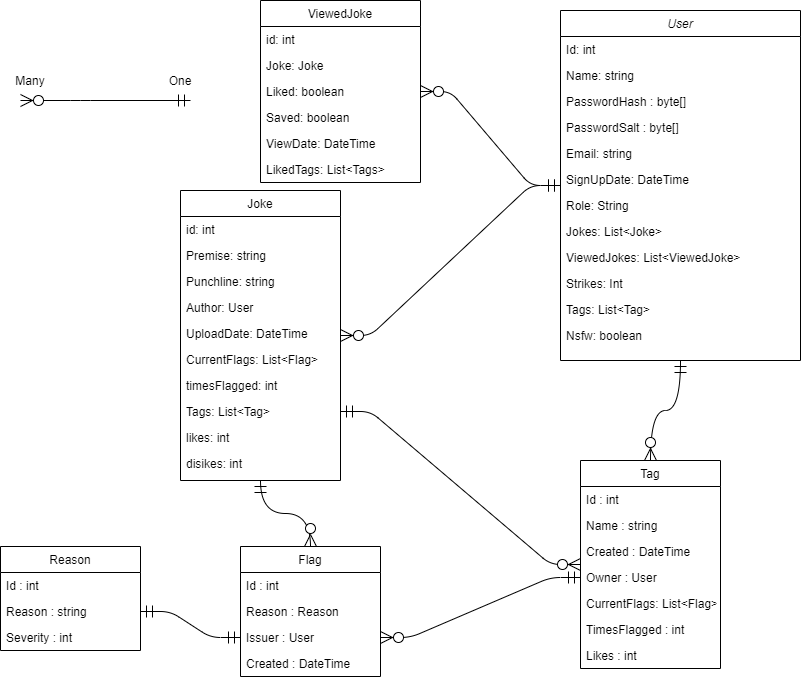
Earlier version of the draw.io export Docs/Architecture/ModelArchitectureDiagram-Page-1.png (Code2Gether-Discord/JokesOnYou). Source tidied: cells renumbered, new cells last; positions are measured from the earlier drawing's top-left corner, leaving out a move shared by most shapes.
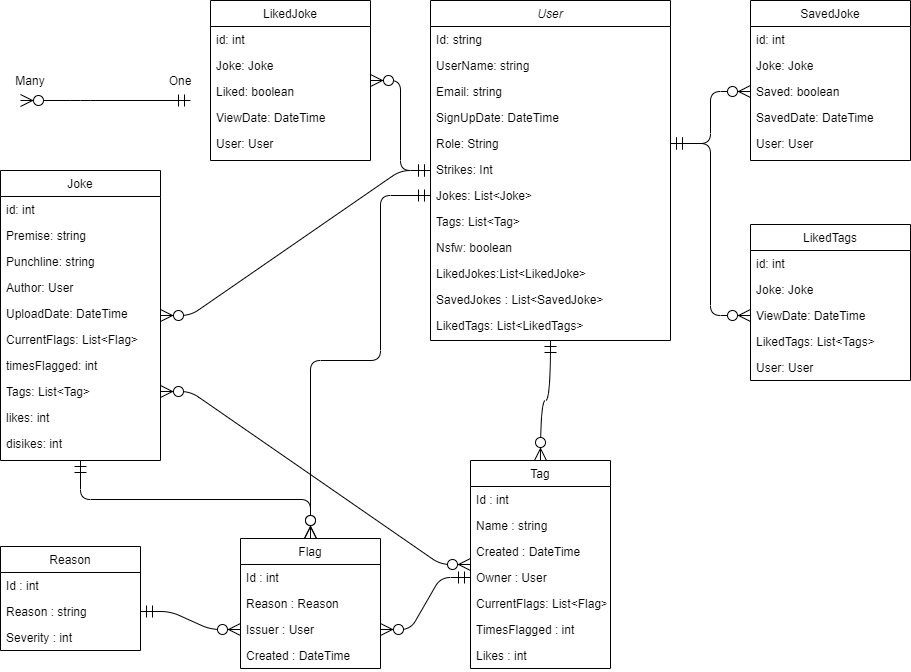
The same file after the commit.

Commit message:
split up the ViewedJokes in the architecture diagram.

Also changed some connections because they were wrong.

The edit, as a diff of the source:
```diff
@@ -3,7 +3,7 @@
     <mxCell id="0" />
     <mxCell id="1" parent="0" />
     <mxCell id="2" value="Joke" style="swimlane;fontStyle=0;align=center;verticalAlign=top;horizontal=1;startSize=26;rounded=0;shadow=0;strokeWidth=1;" parent="1" vertex="1">
-      <mxGeometry x="180" y="190" width="160" height="290" as="geometry" />
+      <mxGeometry y="170" width="160" height="290" as="geometry" />
     </mxCell>
     <mxCell id="3" value="id: int" style="text;align=left;verticalAlign=top;spacingLeft=4;spacingRight=4;overflow=hidden;" parent="2" vertex="1">
       <mxGeometry y="26" width="160" height="26" as="geometry" />
@@ -39,7 +39,7 @@
       <mxGeometry relative="1" as="geometry" />
     </mxCell>
     <mxCell id="14" value="Tag" style="swimlane;fontStyle=0;horizontal=1;startSize=26;fillColor=none;" parent="1" vertex="1">
-      <mxGeometry x="580" y="460" width="140" height="208" as="geometry" />
+      <mxGeometry x="470" y="460" width="140" height="208" as="geometry" />
     </mxCell>
     <mxCell id="15" value="Id : int" style="text;strokeColor=none;fillColor=none;align=left;verticalAlign=top;spacingLeft=4;spacingRight=4;overflow=hidden;" parent="14" vertex="1">
       <mxGeometry y="26" width="140" height="26" as="geometry" />
@@ -62,11 +62,20 @@
     <mxCell id="21" value="Likes : int" style="text;strokeColor=none;fillColor=none;align=left;verticalAlign=top;spacingLeft=4;spacingRight=4;overflow=hidden;" parent="14" vertex="1">
       <mxGeometry y="182" width="140" height="26" as="geometry" />
     </mxCell>
-    <mxCell id="22" style="edgeStyle=orthogonalEdgeStyle;rounded=0;jettySize=auto;html=1;exitX=0.5;exitY=0;exitDx=0;exitDy=0;endArrow=ERmandOne;endFill=0;startArrow=ERzeroToMany;startFill=1;endSize=10;startSize=10;curved=1;" parent="1" edge="1" source="23" target="2">
+    <mxCell id="22" style="edgeStyle=orthogonalEdgeStyle;rounded=1;jettySize=auto;html=1;exitX=0.5;exitY=0;exitDx=0;exitDy=0;endArrow=ERmandOne;endFill=0;startArrow=ERzeroToMany;startFill=1;endSize=10;startSize=10;" parent="1" edge="1" source="23" target="2">
       <mxGeometry relative="1" as="geometry" />
     </mxCell>
+    <mxCell id="60" style="edgeStyle=orthogonalEdgeStyle;jettySize=auto;html=1;exitX=0.5;exitY=0;exitDx=0;exitDy=0;startArrow=ERzeroToMany;startFill=1;endArrow=ERmandOne;endFill=0;strokeWidth=1;endSize=10;targetPerimeterSpacing=0;sourcePerimeterSpacing=0;startSize=10;rounded=1;entryX=0;entryY=0.5;entryDx=0;entryDy=0;" parent="1" edge="1" source="23" target="37">
+      <mxGeometry relative="1" as="geometry">
+        <Array as="points">
+          <mxPoint x="310" y="360" />
+          <mxPoint x="380" y="360" />
+          <mxPoint x="380" y="195" />
+        </Array>
+      </mxGeometry>
+    </mxCell>
     <mxCell id="23" value="Flag" style="swimlane;fontStyle=0;horizontal=1;startSize=26;fillColor=none;" parent="1" vertex="1">
-      <mxGeometry x="240" y="546" width="140" height="130" as="geometry" />
+      <mxGeometry x="240" y="538" width="140" height="130" as="geometry" />
     </mxCell>
     <mxCell id="24" value="Id : int" style="text;strokeColor=none;fillColor=none;align=left;verticalAlign=top;spacingLeft=4;spacingRight=4;overflow=hidden;" parent="23" vertex="1">
       <mxGeometry y="26" width="140" height="26" as="geometry" />
@@ -84,52 +93,52 @@
       <mxGeometry relative="1" as="geometry" />
     </mxCell>
     <mxCell id="29" value="User" style="swimlane;fontStyle=2;align=center;verticalAlign=top;horizontal=1;startSize=26;rounded=0;shadow=0;strokeWidth=1;" parent="1" vertex="1">
-      <mxGeometry x="560" y="10" width="240" height="350" as="geometry" />
+      <mxGeometry x="430" width="240" height="340" as="geometry" />
     </mxCell>
-    <mxCell id="30" value="Id: int" style="text;align=left;verticalAlign=top;spacingLeft=4;spacingRight=4;overflow=hidden;" parent="29" vertex="1">
+    <mxCell id="30" value="Id: string" style="text;align=left;verticalAlign=top;spacingLeft=4;spacingRight=4;overflow=hidden;" parent="29" vertex="1">
       <mxGeometry y="26" width="240" height="26" as="geometry" />
     </mxCell>
-    <mxCell id="31" value="Name: string" style="text;align=left;verticalAlign=top;spacingLeft=4;spacingRight=4;overflow=hidden;" parent="29" vertex="1">
+    <mxCell id="31" value="UserName: string" style="text;align=left;verticalAlign=top;spacingLeft=4;spacingRight=4;overflow=hidden;" parent="29" vertex="1">
       <mxGeometry y="52" width="240" height="26" as="geometry" />
     </mxCell>
-    <mxCell id="32" value="PasswordHash : byte[] " style="text;align=left;verticalAlign=top;spacingLeft=4;spacingRight=4;overflow=hidden;" parent="29" vertex="1">
-      <mxGeometry y="78" width="240" height="26" as="geometry" />
-    </mxCell>
-    <mxCell id="33" value="PasswordSalt : byte[] " style="text;align=left;verticalAlign=top;spacingLeft=4;spacingRight=4;overflow=hidden;" parent="29" vertex="1">
-      <mxGeometry y="104" width="240" height="26" as="geometry" />
-    </mxCell>
     <mxCell id="34" value="Email: string" style="text;align=left;verticalAlign=top;spacingLeft=4;spacingRight=4;overflow=hidden;rounded=0;shadow=0;html=0;" parent="29" vertex="1">
-      <mxGeometry y="130" width="240" height="26" as="geometry" />
+      <mxGeometry y="78" width="240" height="26" as="geometry" />
     </mxCell>
     <mxCell id="35" value="SignUpDate: DateTime" style="text;align=left;verticalAlign=top;spacingLeft=4;spacingRight=4;overflow=hidden;" parent="29" vertex="1">
-      <mxGeometry y="156" width="240" height="26" as="geometry" />
+      <mxGeometry y="104" width="240" height="26" as="geometry" />
     </mxCell>
     <mxCell id="36" value="Role: String" style="text;align=left;verticalAlign=top;spacingLeft=4;spacingRight=4;overflow=hidden;points=[[0,0.5],[1,0.5]];portConstraint=eastwest;rounded=0;shadow=0;html=0;" parent="29" vertex="1">
-      <mxGeometry y="182" width="240" height="26" as="geometry" />
+      <mxGeometry y="130" width="240" height="26" as="geometry" />
     </mxCell>
+    <mxCell id="39" value="Strikes: Int" style="text;align=left;verticalAlign=top;spacingLeft=4;spacingRight=4;overflow=hidden;" parent="29" vertex="1">
+      <mxGeometry y="156" width="240" height="26" as="geometry" />
+    </mxCell>
     <mxCell id="37" value="Jokes: List&lt;Joke&gt;" style="text;align=left;verticalAlign=top;spacingLeft=4;spacingRight=4;overflow=hidden;points=[[0,0.5],[1,0.5]];portConstraint=eastwest;rounded=0;shadow=0;html=0;" parent="29" vertex="1">
-      <mxGeometry y="208" width="240" height="26" as="geometry" />
+      <mxGeometry y="182" width="240" height="26" as="geometry" />
     </mxCell>
-    <mxCell id="38" value="ViewedJokes: List&lt;ViewedJoke&gt;" style="text;align=left;verticalAlign=top;spacingLeft=4;spacingRight=4;overflow=hidden;rounded=0;shadow=0;html=0;" parent="29" vertex="1">
-      <mxGeometry y="234" width="240" height="26" as="geometry" />
-    </mxCell>
-    <mxCell id="39" value="Strikes: Int" style="text;align=left;verticalAlign=top;spacingLeft=4;spacingRight=4;overflow=hidden;" parent="29" vertex="1">
-      <mxGeometry y="260" width="240" height="26" as="geometry" />
-    </mxCell>
     <mxCell id="40" value="Tags: List&lt;Tag&gt;" style="text;align=left;verticalAlign=top;spacingLeft=4;spacingRight=4;overflow=hidden;" parent="29" vertex="1">
-      <mxGeometry y="286" width="240" height="26" as="geometry" />
+      <mxGeometry y="208" width="240" height="26" as="geometry" />
     </mxCell>
     <mxCell id="41" value="Nsfw: boolean" style="text;align=left;verticalAlign=top;spacingLeft=4;spacingRight=4;overflow=hidden;" parent="29" vertex="1">
-      <mxGeometry y="312" width="240" height="26" as="geometry" />
+      <mxGeometry y="234" width="240" height="26" as="geometry" />
     </mxCell>
+    <mxCell id="38" value="LikedJokes:List&lt;LikedJoke&gt;" style="text;align=left;verticalAlign=top;spacingLeft=4;spacingRight=4;overflow=hidden;rounded=0;shadow=0;html=0;" parent="29" vertex="1">
+      <mxGeometry y="260" width="240" height="26" as="geometry" />
+    </mxCell>
+    <mxCell id="61" value="SavedJokes : List&lt;SavedJoke&gt;" style="text;align=left;verticalAlign=top;spacingLeft=4;spacingRight=4;overflow=hidden;rounded=0;shadow=0;html=0;" parent="29" vertex="1">
+      <mxGeometry y="286" width="240" height="26" as="geometry" />
+    </mxCell>
+    <mxCell id="62" value="LikedTags: List&lt;LikedTags&gt;" style="text;align=left;verticalAlign=top;spacingLeft=4;spacingRight=4;overflow=hidden;rounded=0;shadow=0;html=0;" parent="29" vertex="1">
+      <mxGeometry y="312" width="240" height="26" as="geometry" />
+    </mxCell>
     <mxCell id="42" style="edgeStyle=entityRelationEdgeStyle;fontSize=12;html=1;endArrow=ERzeroToMany;startArrow=ERmandOne;strokeWidth=1;endSize=10;startSize=10;" parent="1" edge="1" source="29" target="2">
       <mxGeometry relative="1" as="geometry" />
     </mxCell>
-    <mxCell id="43" style="edgeStyle=entityRelationEdgeStyle;fontSize=12;html=1;endArrow=ERzeroToMany;startArrow=ERmandOne;strokeWidth=1;endSize=10;startSize=10;" parent="1" edge="1" source="10" target="14">
+    <mxCell id="43" style="edgeStyle=entityRelationEdgeStyle;fontSize=12;html=1;endArrow=ERzeroToMany;startArrow=ERzeroToMany;strokeWidth=1;endSize=10;startSize=10;startFill=1;" parent="1" edge="1" source="10" target="14">
       <mxGeometry relative="1" as="geometry" />
     </mxCell>
-    <mxCell id="44" value="ViewedJoke" style="swimlane;fontStyle=0;align=center;verticalAlign=top;horizontal=1;startSize=26;rounded=0;shadow=0;strokeWidth=1;" parent="1" vertex="1">
-      <mxGeometry x="260" width="160" height="182" as="geometry" />
+    <mxCell id="44" value="LikedJoke" style="swimlane;fontStyle=0;align=center;verticalAlign=top;horizontal=1;startSize=26;rounded=0;shadow=0;strokeWidth=1;" parent="1" vertex="1">
+      <mxGeometry x="210" width="160" height="160" as="geometry" />
     </mxCell>
     <mxCell id="45" value="id: int" style="text;align=left;verticalAlign=top;spacingLeft=4;spacingRight=4;overflow=hidden;" parent="44" vertex="1">
       <mxGeometry y="26" width="160" height="26" as="geometry" />
@@ -140,15 +149,12 @@
     <mxCell id="47" value="Liked: boolean" style="text;align=left;verticalAlign=top;spacingLeft=4;spacingRight=4;overflow=hidden;rounded=0;shadow=0;html=0;" parent="44" vertex="1">
       <mxGeometry y="78" width="160" height="26" as="geometry" />
     </mxCell>
-    <mxCell id="48" value="Saved: boolean" style="text;align=left;verticalAlign=top;spacingLeft=4;spacingRight=4;overflow=hidden;points=[[0,0.5],[1,0.5]];portConstraint=eastwest;rounded=0;shadow=0;html=0;" parent="44" vertex="1">
-      <mxGeometry y="104" width="160" height="26" as="geometry" />
-    </mxCell>
     <mxCell id="49" value="ViewDate: DateTime" style="text;align=left;verticalAlign=top;spacingLeft=4;spacingRight=4;overflow=hidden;rounded=0;shadow=0;html=0;" parent="44" vertex="1">
-      <mxGeometry y="130" width="160" height="26" as="geometry" />
+      <mxGeometry y="104" width="160" height="26" as="geometry" />
     </mxCell>
-    <mxCell id="50" value="LikedTags: List&lt;Tags&gt;" style="text;align=left;verticalAlign=top;spacingLeft=4;spacingRight=4;overflow=hidden;rounded=0;shadow=0;html=0;" parent="44" vertex="1">
-      <mxGeometry y="156" width="160" height="26" as="geometry" />
-    </mxCell>
+    <mxCell id="63" value="User: User" style="text;align=left;verticalAlign=top;spacingLeft=4;spacingRight=4;overflow=hidden;rounded=0;shadow=0;html=0;" parent="44" vertex="1">
+      <mxGeometry y="130" width="160" height="26" as="geometry" />
+    </mxCell>
     <mxCell id="51" style="edgeStyle=entityRelationEdgeStyle;fontSize=12;html=1;endArrow=ERzeroToMany;startArrow=ERmandOne;strokeWidth=1;endSize=10;startSize=10;" parent="1" edge="1" source="29" target="44">
       <mxGeometry relative="1" as="geometry" />
     </mxCell>
@@ -164,7 +170,7 @@
     <mxCell id="55" value="Severity : int" style="text;strokeColor=none;fillColor=none;align=left;verticalAlign=top;spacingLeft=4;spacingRight=4;overflow=hidden;" parent="52" vertex="1">
       <mxGeometry y="78" width="140" height="26" as="geometry" />
     </mxCell>
-    <mxCell id="56" style="edgeStyle=entityRelationEdgeStyle;rounded=1;jettySize=auto;html=1;exitX=1;exitY=0.5;exitDx=0;exitDy=0;entryX=0;entryY=0.5;entryDx=0;entryDy=0;endSize=10;startSize=10;endArrow=ERmandOne;endFill=0;startArrow=ERmandOne;startFill=0;" parent="1" edge="1" source="54" target="26">
+    <mxCell id="56" style="edgeStyle=entityRelationEdgeStyle;rounded=1;jettySize=auto;html=1;exitX=1;exitY=0.5;exitDx=0;exitDy=0;entryX=0;entryY=0.5;entryDx=0;entryDy=0;endSize=10;startSize=10;endArrow=ERzeroToMany;endFill=1;startArrow=ERmandOne;startFill=0;" parent="1" edge="1" source="54" target="26">
       <mxGeometry relative="1" as="geometry" />
     </mxCell>
     <mxCell id="57" style="endArrow=ERmandOne;html=1;strokeWidth=1;startArrow=ERzeroToMany;startFill=1;endFill=0;endSize=10;startSize=10;" parent="1" edge="1">
@@ -182,5 +188,52 @@
     <mxCell id="59" value="One" style="text;html=1;strokeColor=none;fillColor=none;align=center;verticalAlign=middle;whiteSpace=wrap;rounded=0;" parent="1" vertex="1">
       <mxGeometry x="160" y="70" width="40" height="20" as="geometry" />
     </mxCell>
+    <mxCell id="64" value="SavedJoke" style="swimlane;fontStyle=0;align=center;verticalAlign=top;horizontal=1;startSize=26;rounded=0;shadow=0;strokeWidth=1;" parent="1" vertex="1">
+      <mxGeometry x="750" width="160" height="160" as="geometry" />
+    </mxCell>
+    <mxCell id="65" value="id: int" style="text;align=left;verticalAlign=top;spacingLeft=4;spacingRight=4;overflow=hidden;" parent="64" vertex="1">
+      <mxGeometry y="26" width="160" height="26" as="geometry" />
+    </mxCell>
+    <mxCell id="66" value="Joke: Joke" style="text;align=left;verticalAlign=top;spacingLeft=4;spacingRight=4;overflow=hidden;rounded=0;shadow=0;html=0;" parent="64" vertex="1">
+      <mxGeometry y="52" width="160" height="26" as="geometry" />
+    </mxCell>
+    <mxCell id="48" value="Saved: boolean" style="text;align=left;verticalAlign=top;spacingLeft=4;spacingRight=4;overflow=hidden;points=[[0,0.5],[1,0.5]];portConstraint=eastwest;rounded=0;shadow=0;html=0;" parent="64" vertex="1">
+      <mxGeometry y="78" width="160" height="26" as="geometry" />
+    </mxCell>
+    <mxCell id="67" value="SavedDate: DateTime" style="text;align=left;verticalAlign=top;spacingLeft=4;spacingRight=4;overflow=hidden;rounded=0;shadow=0;html=0;" parent="64" vertex="1">
+      <mxGeometry y="104" width="160" height="26" as="geometry" />
+    </mxCell>
+    <mxCell id="68" value="User: User" style="text;align=left;verticalAlign=top;spacingLeft=4;spacingRight=4;overflow=hidden;rounded=0;shadow=0;html=0;" parent="64" vertex="1">
+      <mxGeometry y="130" width="160" height="26" as="geometry" />
+    </mxCell>
+    <mxCell id="69" value="LikedTags" style="swimlane;fontStyle=0;align=center;verticalAlign=top;horizontal=1;startSize=26;rounded=0;shadow=0;strokeWidth=1;" parent="1" vertex="1">
+      <mxGeometry x="750" y="224" width="160" height="156" as="geometry" />
+    </mxCell>
+    <mxCell id="70" value="id: int" style="text;align=left;verticalAlign=top;spacingLeft=4;spacingRight=4;overflow=hidden;" parent="69" vertex="1">
+      <mxGeometry y="26" width="160" height="26" as="geometry" />
+    </mxCell>
+    <mxCell id="71" value="Joke: Joke" style="text;align=left;verticalAlign=top;spacingLeft=4;spacingRight=4;overflow=hidden;rounded=0;shadow=0;html=0;" parent="69" vertex="1">
+      <mxGeometry y="52" width="160" height="26" as="geometry" />
+    </mxCell>
+    <mxCell id="72" value="ViewDate: DateTime" style="text;align=left;verticalAlign=top;spacingLeft=4;spacingRight=4;overflow=hidden;points=[[0,0.5],[1,0.5]];portConstraint=eastwest;rounded=0;shadow=0;html=0;" parent="69" vertex="1">
+      <mxGeometry y="78" width="160" height="26" as="geometry" />
+    </mxCell>
+    <mxCell id="50" value="LikedTags: List&lt;Tags&gt;" style="text;align=left;verticalAlign=top;spacingLeft=4;spacingRight=4;overflow=hidden;rounded=0;shadow=0;html=0;" parent="69" vertex="1">
+      <mxGeometry y="104" width="160" height="26" as="geometry" />
+    </mxCell>
+    <mxCell id="73" value="User: User" style="text;align=left;verticalAlign=top;spacingLeft=4;spacingRight=4;overflow=hidden;rounded=0;shadow=0;html=0;" parent="69" vertex="1">
+      <mxGeometry y="130" width="160" height="26" as="geometry" />
+    </mxCell>
+    <mxCell id="74" style="edgeStyle=orthogonalEdgeStyle;rounded=1;jettySize=auto;html=1;exitX=0;exitY=0.5;exitDx=0;exitDy=0;entryX=1;entryY=0.5;entryDx=0;entryDy=0;startArrow=ERzeroToMany;startFill=1;startSize=10;sourcePerimeterSpacing=0;endArrow=ERmandOne;endFill=0;endSize=10;targetPerimeterSpacing=0;strokeWidth=1;" parent="1" edge="1" source="48" target="36">
+      <mxGeometry relative="1" as="geometry" />
+    </mxCell>
+    <mxCell id="75" style="edgeStyle=orthogonalEdgeStyle;rounded=1;jettySize=auto;html=1;exitX=0;exitY=0.5;exitDx=0;exitDy=0;startArrow=ERzeroToMany;startFill=1;startSize=10;sourcePerimeterSpacing=0;endArrow=ERmandOne;endFill=0;endSize=10;targetPerimeterSpacing=0;strokeWidth=1;entryX=1;entryY=0.5;entryDx=0;entryDy=0;" parent="1" edge="1" source="72" target="36">
+      <mxGeometry relative="1" as="geometry">
+        <Array as="points">
+          <mxPoint x="710" y="315" />
+          <mxPoint x="710" y="143" />
+        </Array>
+      </mxGeometry>
+    </mxCell>
   </root>
 </mxGraphModel>
```
